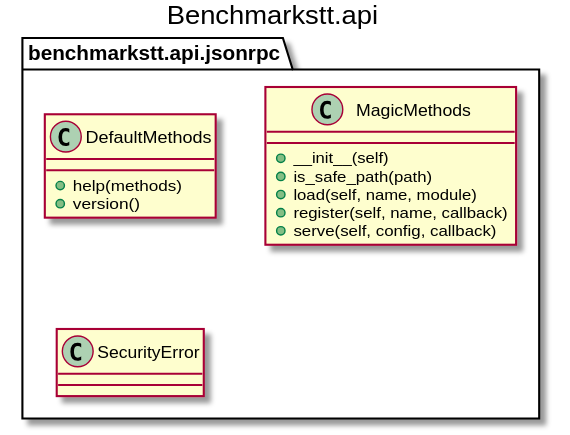
Above: docs/_static/uml/benchmarkstt.api.svg in ebu/benchmarkstt (PlantUML), before the change.
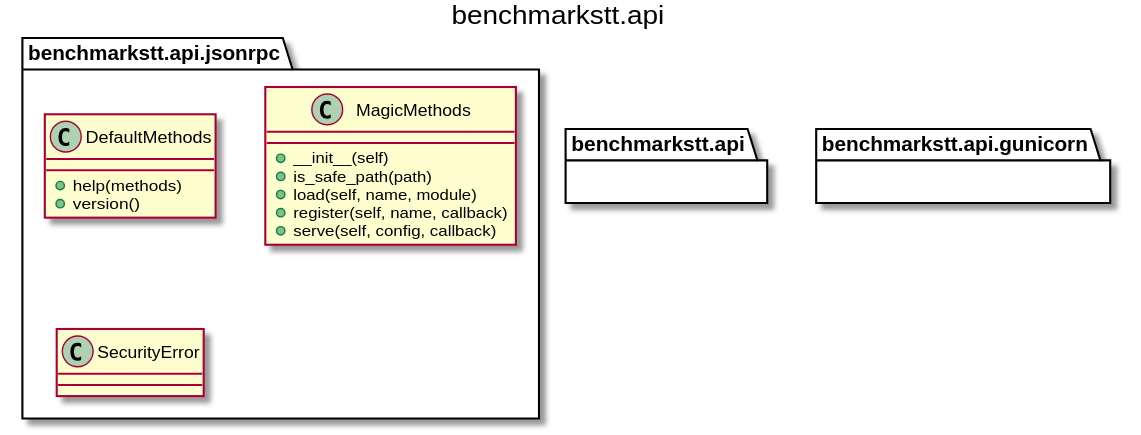
The same file after the commit.

What changed in the source:
```diff
@@ -1,21 +1,27 @@
 @startuml
-title Benchmarkstt.api
+title benchmarkstt.api
 
+package benchmarkstt.api {
+}
+package benchmarkstt.api.jsonrpc {
 
-class benchmarkstt.api.jsonrpc.DefaultMethods [[https://benchmarkstt.readthedocs.io/en/latest/modules/benchmarkstt.api.jsonrpc.html#benchmarkstt.api.jsonrpc.DefaultMethods]] {
+	class benchmarkstt.api.jsonrpc.DefaultMethods [[https://benchmarkstt.readthedocs.io/en/latest/modules/benchmarkstt.api.jsonrpc.html#benchmarkstt.api.jsonrpc.DefaultMethods]] {
 	+help(methods)
 	+version()
-}
+	}
 
-class benchmarkstt.api.jsonrpc.MagicMethods [[https://benchmarkstt.readthedocs.io/en/latest/modules/benchmarkstt.api.jsonrpc.html#benchmarkstt.api.jsonrpc.MagicMethods]] {
+	class benchmarkstt.api.jsonrpc.MagicMethods [[https://benchmarkstt.readthedocs.io/en/latest/modules/benchmarkstt.api.jsonrpc.html#benchmarkstt.api.jsonrpc.MagicMethods]] {
 	+__init__(self)
 	+is_safe_path(path)
 	+load(self, name, module)
 	+register(self, name, callback)
 	+serve(self, config, callback)
+	}
+
+	class benchmarkstt.api.jsonrpc.SecurityError [[https://benchmarkstt.readthedocs.io/en/latest/modules/benchmarkstt.api.jsonrpc.html#benchmarkstt.api.jsonrpc.SecurityError]] {
+	}
 }
-
-class benchmarkstt.api.jsonrpc.SecurityError [[https://benchmarkstt.readthedocs.io/en/latest/modules/benchmarkstt.api.jsonrpc.html#benchmarkstt.api.jsonrpc.SecurityError]] {
+package benchmarkstt.api.gunicorn {
 }
 
 
```
